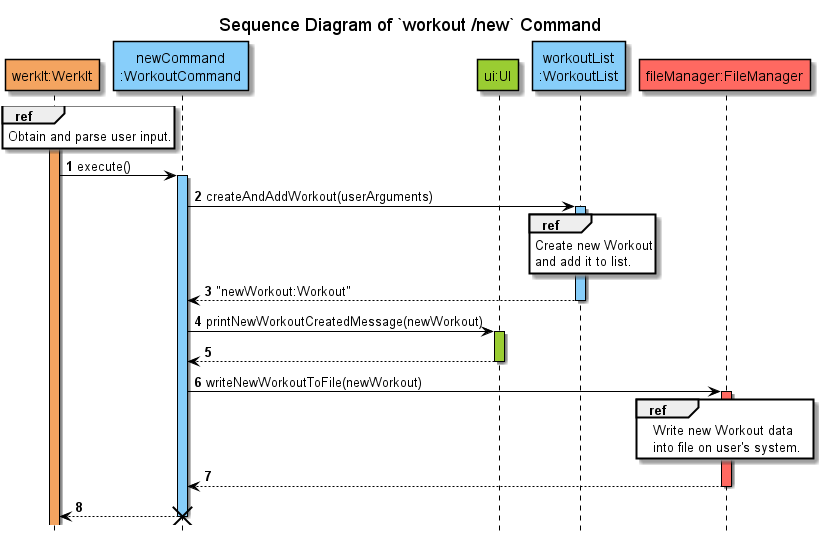
Before: docs/uml/sequenceDiagrams/workouts/images/CreateWorkout.png, a diagram exported from PlantUML (nus-cs2113-AY2122S2/tp). The source it was exported from:
```plantuml
@startuml
!include ../../Style.puml

autonumber

title Sequence Diagram of `workout /new` Command
hide footbox

participant "werkIt:WerkIt" AS WerkIt COLOR_WERKIT
participant "newCommand\n:WorkoutCommand" AS newCommand COLOR_LOGIC
participant "ui:UI" as UI COLOR_UI
participant "workoutList\n:WorkoutList" AS WorkoutList COLOR_LOGIC
participant "fileManager:FileManager" as FileManager COLOR_STORAGE

activate WerkIt COLOR_WERKIT

ref over WerkIt
Obtain and parse user input.
end

WerkIt -> newCommand : execute()
activate newCommand COLOR_LOGIC
newCommand -> WorkoutList : createAndAddWorkout(userArguments)
activate WorkoutList COLOR_LOGIC
ref over WorkoutList
Create new Workout
and add it to list.
end
newCommand <-- WorkoutList : "newWorkout:Workout"
deactivate WorkoutList

newCommand -> UI : printNewWorkoutCreatedMessage(newWorkout)
activate UI COLOR_UI
return

newCommand -> FileManager : writeNewWorkoutToFile(newWorkout)
activate FileManager COLOR_STORAGE
ref over FileManager
Write new Workout data
into file on user's system.
end
newCommand <-- FileManager
deactivate FileManager

WerkIt <-- newCommand
deactivate newCommand

destroy newCommand
@enduml
```
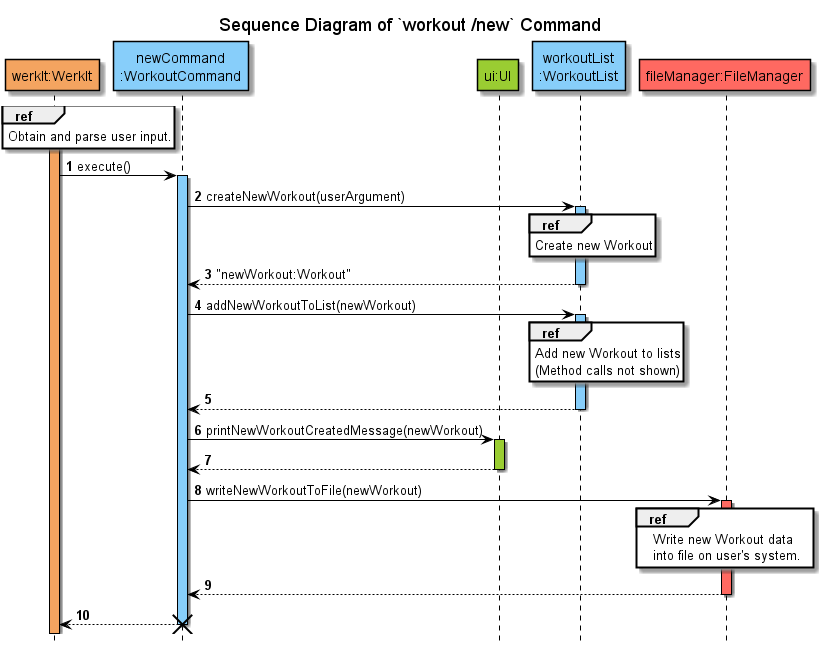
The same file after the commit.

Commit message:
Update the sequence diagrams for `workout /new` write up

What changed in the source:
```diff
@@ -20,14 +20,21 @@
 
 WerkIt -> newCommand : execute()
 activate newCommand COLOR_LOGIC
-newCommand -> WorkoutList : createAndAddWorkout(userArguments)
+newCommand -> WorkoutList : createNewWorkout(userArgument)
 activate WorkoutList COLOR_LOGIC
 ref over WorkoutList
 Create new Workout
-and add it to list.
 end
 newCommand <-- WorkoutList : "newWorkout:Workout"
 deactivate WorkoutList
+
+newCommand -> WorkoutList : addNewWorkoutToList(newWorkout)
+activate WorkoutList COLOR_LOGIC
+ref over WorkoutList
+Add new Workout to lists
+(Method calls not shown)
+end
+return
 
 newCommand -> UI : printNewWorkoutCreatedMessage(newWorkout)
 activate UI COLOR_UI
```
